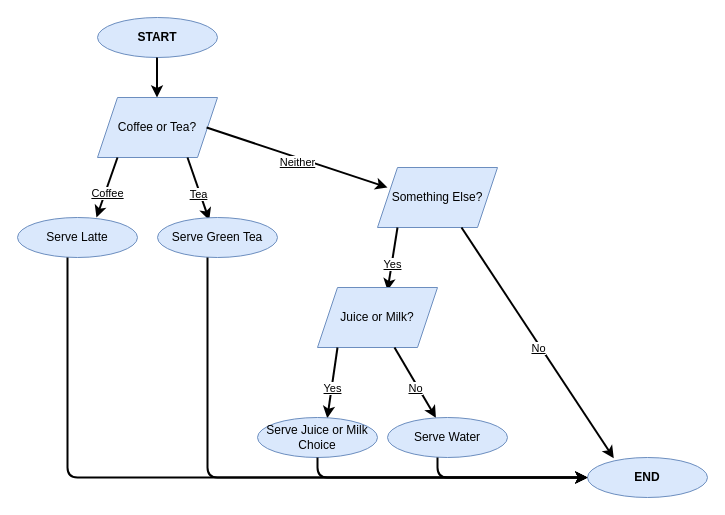
This is User Question Pseudocode and Flowchart.drawio from yogicoderanne/Mod-1-User-Question-Pseudocode-Flowchart, a draw.io file, before an edit. Source tidied: cells renumbered, new cells numbered last; positions are measured from the earlier drawing's top-left corner, leaving out a move shared by most shapes. Both pictures are drawn from the tidied source at 100%, with x=0, y=0 at pixel (17, 17).
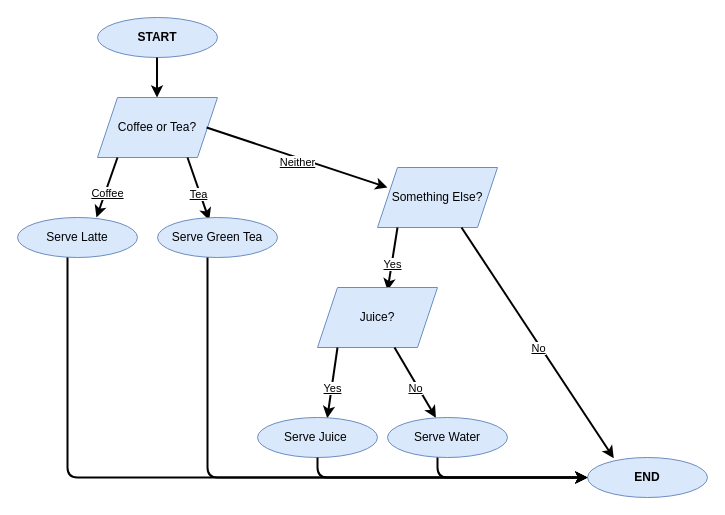
The same diagram, later.

Commit message:
Additional Lines

Diff of the diagram source:
```diff
@@
-    <mxCell id="19" value="Juice or Milk?" style="shape=parallelogram;perimeter=parallelogramPerimeter;whiteSpace=wrap;html=1;fixedSize=1;fillColor=#dae8fc;strokeColor=#6c8ebf;" parent="1" vertex="1">
+    <mxCell id="19" value="Juice?" style="shape=parallelogram;perimeter=parallelogramPerimeter;whiteSpace=wrap;html=1;fixedSize=1;fillColor=#dae8fc;strokeColor=#6c8ebf;" parent="1" vertex="1">
       <mxGeometry x="300" y="270" width="120" height="60" as="geometry" />
     </mxCell>
@@
-    <mxCell id="24" value="Serve Juice or Milk Choice" style="ellipse;whiteSpace=wrap;html=1;fillColor=#dae8fc;strokeColor=#6c8ebf;" parent="1" vertex="1">
+    <mxCell id="24" value="Serve Juice&amp;nbsp;" style="ellipse;whiteSpace=wrap;html=1;fillColor=#dae8fc;strokeColor=#6c8ebf;" parent="1" vertex="1">
       <mxGeometry x="240" y="400" width="120" height="40" as="geometry" />
     </mxCell>
```
